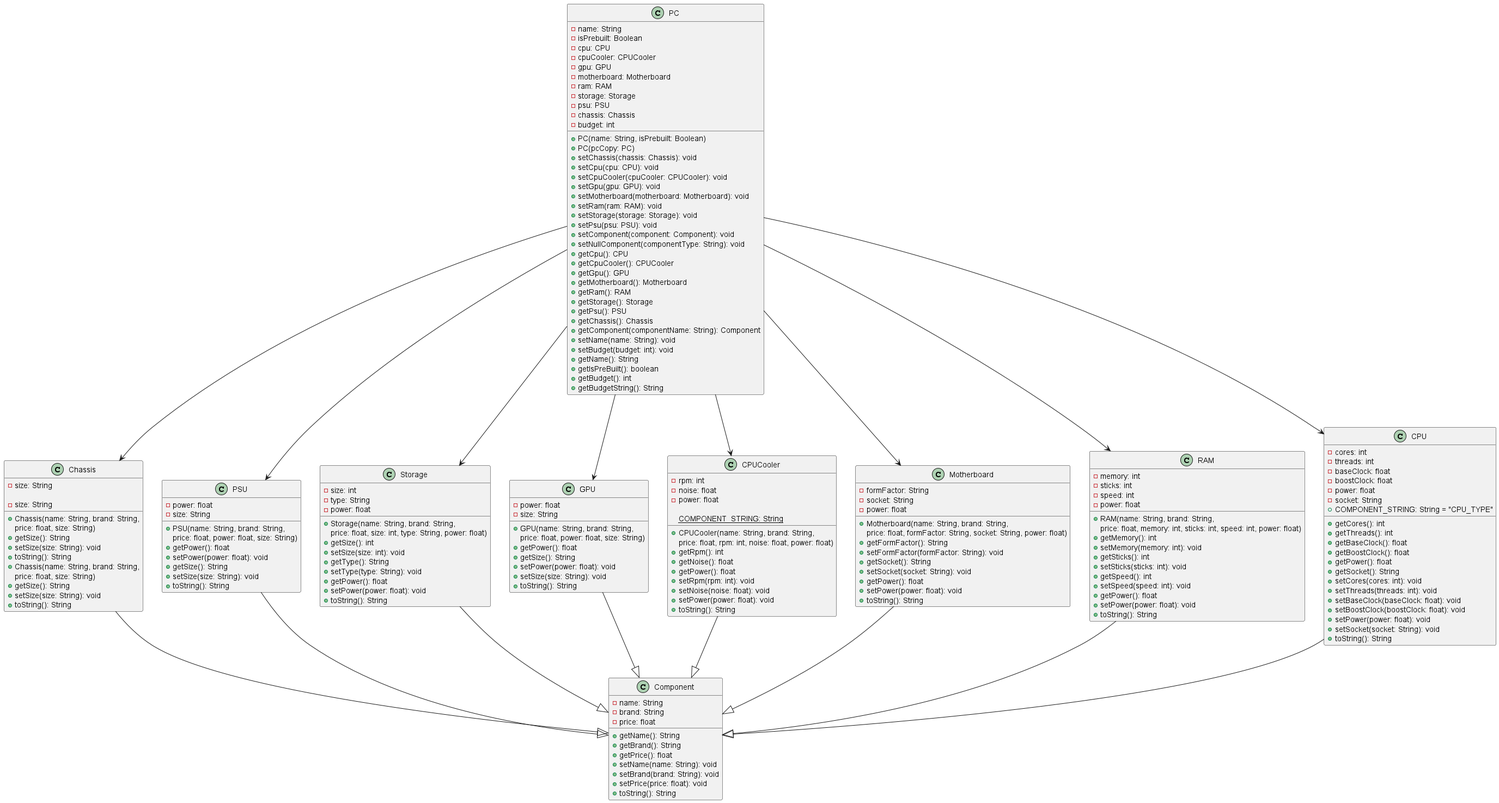
The PlantUML diagram docs/uml-pictures/PcDiagram.png in typingpanda/tp, before a commit.
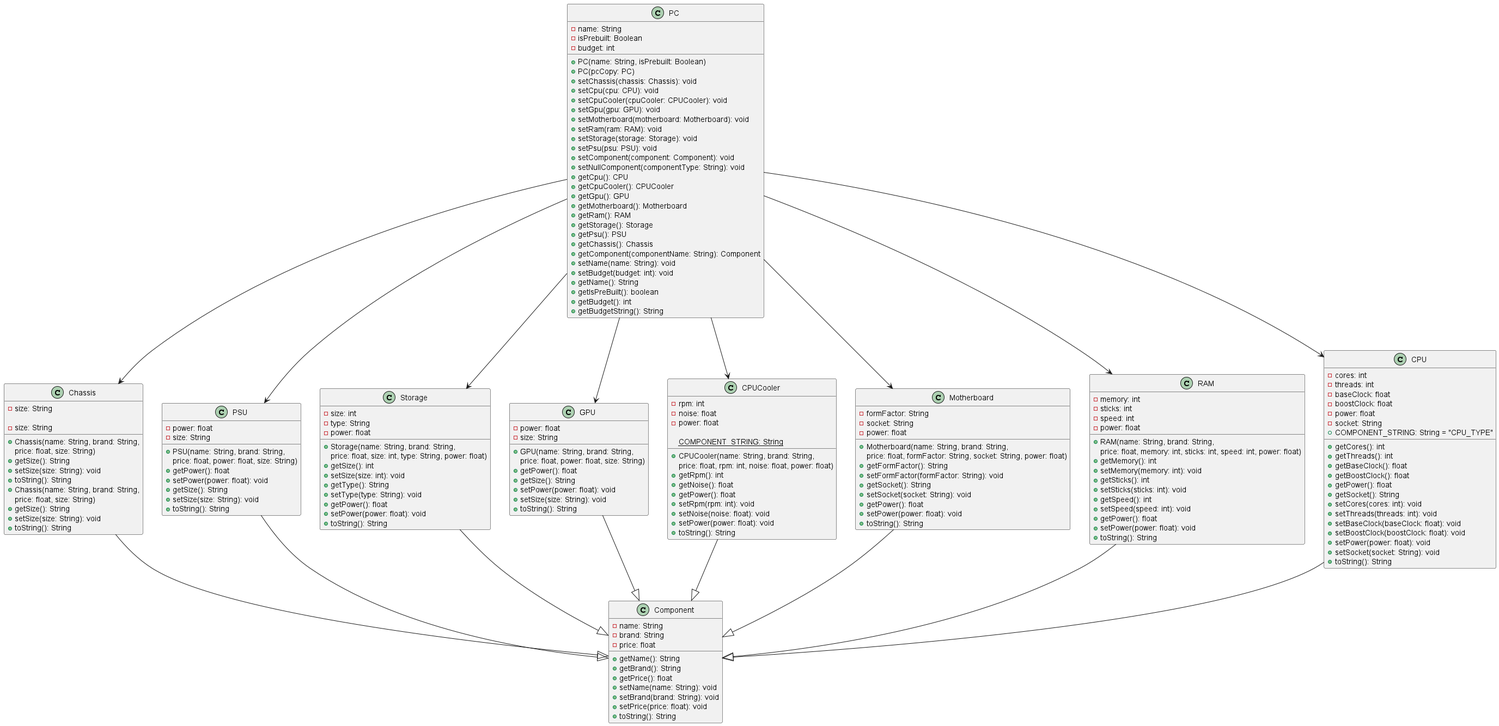
The same diagram one commit later.

Commit message:
Update UML diagram for PC class

Change to the diagram source:
```diff
@@ -4,14 +4,6 @@
 class PC {
     - name: String
     - isPrebuilt: Boolean
-    - cpu: CPU
-    - cpuCooler: CPUCooler
-    - gpu: GPU
-    - motherboard: Motherboard
-    - ram: RAM
-    - storage: Storage
-    - psu: PSU
-    - chassis: Chassis
     - budget: int
     + PC(name: String, isPrebuilt: Boolean)
     + PC(pcCopy: PC)
```
